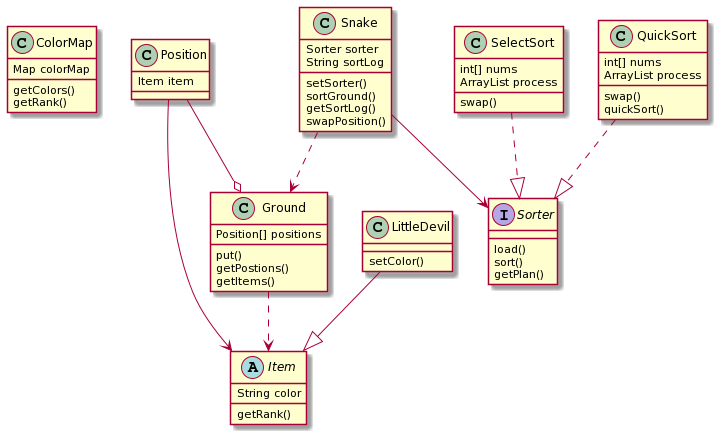
This is task2/uml/character_2.png from jwork-2021-attic/jw02-BanpinLi, a PlantUML export, as it was before one commit. Its diagram source:
```plantuml
@startuml
class ColorMap {
    Map colorMap

    getColors()
    getRank()
}

class Ground {
    Position[] positions

    put()
    getPostions()
    getItems()
}

class Position {
    Item item
}

abstract class Item {
    String color

    getRank()
}

class LittleDevil {
    setColor()
}

interface Sorter {
    load()
    sort()
    getPlan()
}

class SelectSort {
    int[] nums
    ArrayList process

    swap()
}

class QuickSort {
    int[] nums
    ArrayList process

    swap()
    quickSort()
}

class Snake {
    Sorter sorter
    String sortLog

    setSorter()
    sortGround()
    getSortLog()
    swapPosition()
}

SelectSort ..|> Sorter

QuickSort ..|> Sorter

Snake --> Sorter

Snake ..> Ground

Ground ..> Item

Position --o Ground

Position --> Item

LittleDevil --|> Item
@enduml
```
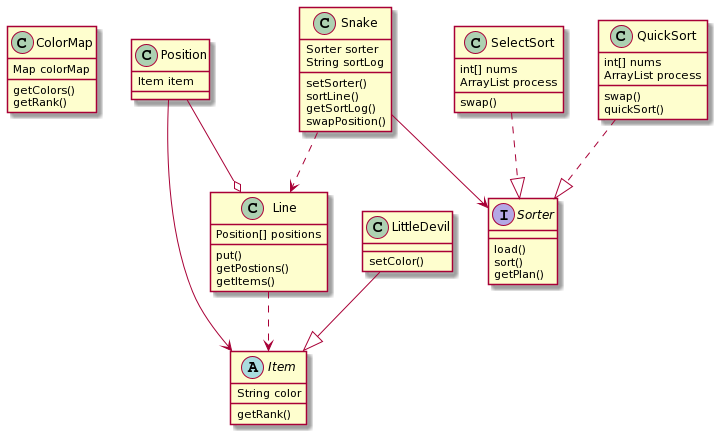
Above is the later version.

Diff of the diagram source:
```diff
@@ -6,7 +6,7 @@
     getRank()
 }
 
-class Ground {
+class Line {
     Position[] positions
 
     put()
@@ -54,7 +54,7 @@
     String sortLog
 
     setSorter()
-    sortGround()
+    sortLine()
     getSortLog()
     swapPosition()
 }
@@ -65,11 +65,11 @@
 
 Snake --> Sorter
 
-Snake ..> Ground
+Snake ..> Line
 
-Ground ..> Item
+Line ..> Item
 
-Position --o Ground
+Position --o Line
 
 Position --> Item
 
```
